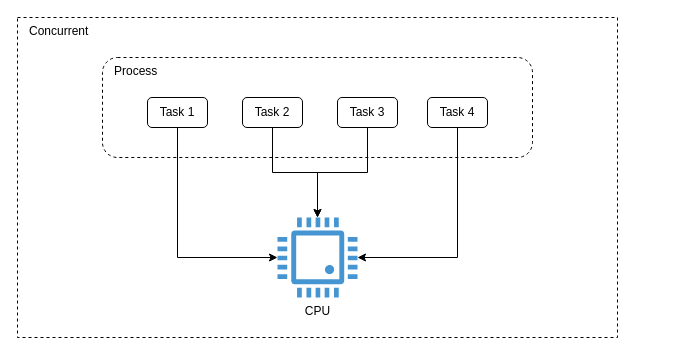
The draw.io diagram page "concurrent" (2 of 6) of images/clean-concurrent-code/concurrency.drawio in GabrielSlima/blog, before the edit. Source tidied: cells renumbered, new cells numbered last; positions are measured from the earlier drawing's top-left corner, leaving out a move shared by most shapes. Both pictures are drawn from the tidied source at 100%, with x=0, y=0 at pixel (17, 17).
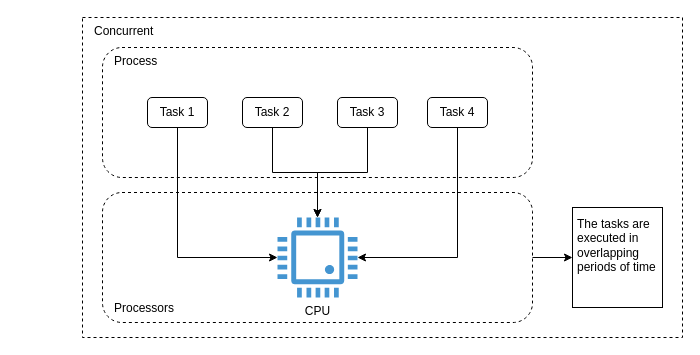
Above is the later version.

The edit, as a diff of the source:
```diff
@@
 <mxGraphModel>
   <root>
     <mxCell id="0" />
     <mxCell id="1" parent="0" />
     <mxCell id="2" value="Concurrent" style="rounded=0;whiteSpace=wrap;html=1;fillColor=none;align=left;verticalAlign=top;dashed=1;spacingLeft=10;" parent="1" vertex="1">
-      <mxGeometry width="600" height="320" as="geometry" />
+      <mxGeometry x="65" width="600" height="320" as="geometry" />
     </mxCell>
     <mxCell id="3" value="Process" style="rounded=1;whiteSpace=wrap;html=1;align=left;verticalAlign=top;spacingLeft=10;fillColor=none;dashed=1;" parent="1" vertex="1">
-      <mxGeometry x="85" y="40" width="430" height="100" as="geometry" />
+      <mxGeometry x="85" y="30" width="430" height="130" as="geometry" />
     </mxCell>
     <mxCell id="4" value="&lt;div&gt;CPU&lt;/div&gt;" style="shadow=0;dashed=0;html=1;strokeColor=none;fillColor=#4495D1;labelPosition=center;verticalLabelPosition=bottom;verticalAlign=top;align=center;outlineConnect=0;shape=mxgraph.veeam.cpu;" parent="1" vertex="1">
       <mxGeometry x="260" y="200" width="80" height="80" as="geometry" />
     </mxCell>
     <mxCell id="5" style="edgeStyle=orthogonalEdgeStyle;rounded=0;jettySize=auto;html=1;" parent="1" edge="1" source="6" target="4">
       <mxGeometry relative="1" as="geometry">
         <Array as="points">
           <mxPoint x="160" y="240" />
         </Array>
       </mxGeometry>
     </mxCell>
     <mxCell id="6" value="Task 1" style="rounded=1;whiteSpace=wrap;html=1;" parent="1" vertex="1">
       <mxGeometry x="130" y="80" width="60" height="30" as="geometry" />
     </mxCell>
     <mxCell id="7" style="edgeStyle=orthogonalEdgeStyle;rounded=0;jettySize=auto;html=1;" parent="1" edge="1" source="8" target="4">
       <mxGeometry relative="1" as="geometry" />
     </mxCell>
     <mxCell id="8" value="Task 2" style="rounded=1;whiteSpace=wrap;html=1;" parent="1" vertex="1">
       <mxGeometry x="225" y="80" width="60" height="30" as="geometry" />
     </mxCell>
     <mxCell id="9" style="edgeStyle=orthogonalEdgeStyle;rounded=0;jettySize=auto;html=1;" parent="1" edge="1" source="10" target="4">
       <mxGeometry relative="1" as="geometry" />
     </mxCell>
     <mxCell id="10" value="&lt;div&gt;Task 3&lt;/div&gt;" style="rounded=1;whiteSpace=wrap;html=1;" parent="1" vertex="1">
       <mxGeometry x="320" y="80" width="60" height="30" as="geometry" />
     </mxCell>
     <mxCell id="11" style="edgeStyle=orthogonalEdgeStyle;rounded=0;jettySize=auto;html=1;" parent="1" edge="1" source="12" target="4">
       <mxGeometry relative="1" as="geometry">
         <Array as="points">
           <mxPoint x="440" y="240" />
         </Array>
       </mxGeometry>
     </mxCell>
     <mxCell id="12" value="Task 4" style="rounded=1;whiteSpace=wrap;html=1;" parent="1" vertex="1">
       <mxGeometry x="410" y="80" width="60" height="30" as="geometry" />
     </mxCell>
+    <mxCell id="13" style="edgeStyle=orthogonalEdgeStyle;rounded=0;jettySize=auto;html=1;" parent="1" edge="1" source="14" target="15">
+      <mxGeometry relative="1" as="geometry" />
+    </mxCell>
+    <mxCell id="14" value="Processors" style="rounded=1;whiteSpace=wrap;html=1;align=left;verticalAlign=bottom;spacingLeft=10;fillColor=none;dashed=1;spacingBottom=5;" parent="1" vertex="1">
+      <mxGeometry x="85" y="175" width="430" height="130" as="geometry" />
+    </mxCell>
+    <mxCell id="15" value="The tasks are executed in overlapping periods of time" style="rounded=0;whiteSpace=wrap;html=1;fillColor=none;align=left;verticalAlign=top;spacing=5;" parent="1" vertex="1">
+      <mxGeometry x="555" y="190" width="90" height="100" as="geometry" />
+    </mxCell>
   </root>
 </mxGraphModel>
```
